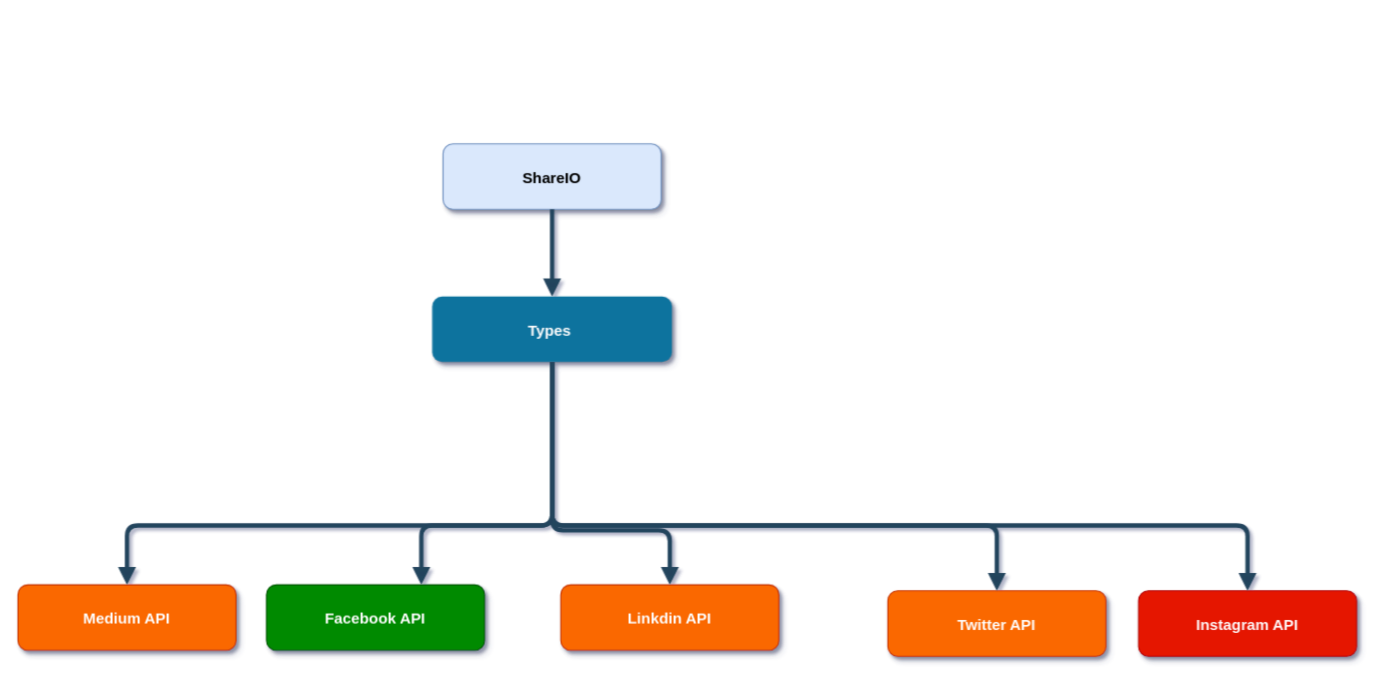
Earlier version of the draw.io diagram ShareIO.drawio (S-8506/codenaive). Source tidied: cells renumbered, new cells numbered last; positions are measured from the earlier drawing's top-left corner, leaving out a move shared by most shapes. Both pictures are drawn from the tidied source at 109%, with x=0, y=0 at pixel (17, 144).
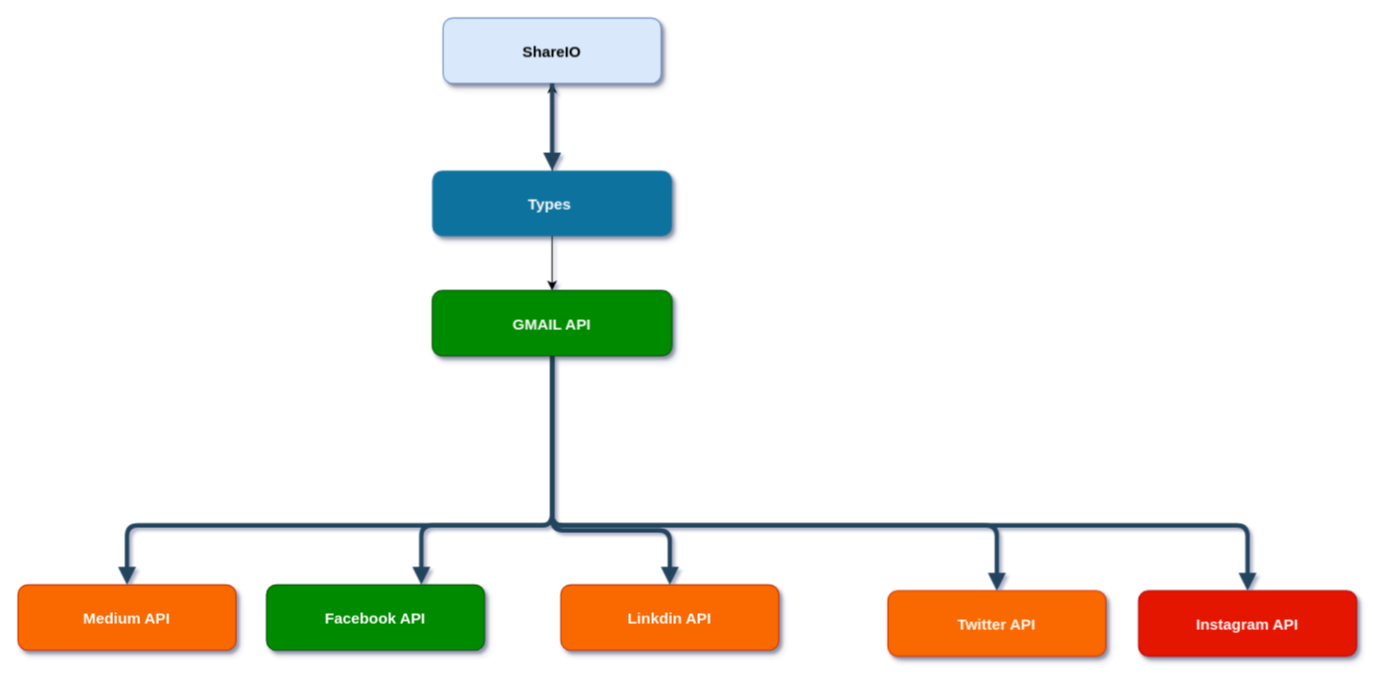
The same diagram, later.

Unchanged cells that the change refers to:
```xml
<mxCell id="4" value="Medium API" style="rounded=1;fillColor=#fa6800;strokeColor=#C73500;shadow=1;fontStyle=1;fontSize=14;fontColor=#ffffff;" parent="1" vertex="1">
  <mxGeometry y="404" width="200" height="60" as="geometry" />
</mxCell>
<mxCell id="5" value="Facebook API" style="rounded=1;fillColor=#008a00;strokeColor=#005700;shadow=1;fontStyle=1;fontSize=14;fontColor=#ffffff;" parent="1" vertex="1">
  <mxGeometry x="228" y="404" width="200" height="60" as="geometry" />
</mxCell>
<mxCell id="6" value="Linkdin API" style="rounded=1;fillColor=#fa6800;strokeColor=#C73500;shadow=1;fontStyle=1;fontSize=14;fontColor=#ffffff;" parent="1" vertex="1">
  <mxGeometry x="498" y="404" width="200" height="60" as="geometry" />
</mxCell>
<mxCell id="7" value="Twitter API" style="rounded=1;fillColor=#fa6800;strokeColor=#C73500;shadow=1;fontStyle=1;fontSize=14;fontColor=#ffffff;" parent="1" vertex="1">
  <mxGeometry x="798" y="409.5" width="200" height="60" as="geometry" />
</mxCell>
<mxCell id="13" value="Instagram API" style="rounded=1;fillColor=#e51400;strokeColor=#B20000;shadow=1;fontStyle=1;fontSize=14;fontColor=#ffffff;" parent="1" vertex="1">
  <mxGeometry x="1028" y="409.5" width="200" height="60" as="geometry" />
</mxCell>
```

Diff of the diagram source:
```diff
@@
     <mxCell id="2" value="ShareIO" style="rounded=1;fillColor=#dae8fc;shadow=1;fontStyle=1;fontSize=14;strokeColor=#6c8ebf;" parent="1" vertex="1">
-      <mxGeometry x="390" y="-0.5" width="200" height="60" as="geometry" />
+      <mxGeometry x="390" y="-116" width="200" height="60" as="geometry" />
     </mxCell>
+    <mxCell id="15" style="edgeStyle=orthogonalEdgeStyle;rounded=0;jettySize=auto;html=1;" parent="1" edge="1" target="2">
+      <mxGeometry relative="1" as="geometry">
+        <mxPoint x="490" y="44" as="sourcePoint" />
+      </mxGeometry>
+    </mxCell>
     <mxCell id="3" value="Types " style="rounded=1;fillColor=#10739E;strokeColor=none;shadow=1;gradientColor=none;fontStyle=1;fontColor=#FFFFFF;fontSize=14;" parent="1" vertex="1">
-      <mxGeometry x="380" y="139.5" width="220" height="60" as="geometry" />
+      <mxGeometry x="380" y="24" width="220" height="60" as="geometry" />
     </mxCell>
@@
-    <mxCell id="8" style="edgeStyle=elbowEdgeStyle;elbow=vertical;strokeWidth=4;endArrow=block;endFill=1;fontStyle=1;strokeColor=#23445D;" parent="1" edge="1" source="2" target="3">
+    <mxCell id="8" style="edgeStyle=elbowEdgeStyle;elbow=vertical;strokeWidth=4;endArrow=block;endFill=1;fontStyle=1;strokeColor=#23445D;entryX=0.5;entryY=0;entryDx=0;entryDy=0;" parent="1" edge="1" source="2" target="3">
       <mxGeometry x="22" y="165.5" as="geometry" />
     </mxCell>
-    <mxCell id="9" style="edgeStyle=elbowEdgeStyle;elbow=vertical;strokeWidth=4;endArrow=block;endFill=1;fontStyle=1;strokeColor=#23445D;" parent="1" edge="1" source="3" target="4">
+    <mxCell id="9" style="edgeStyle=elbowEdgeStyle;elbow=vertical;strokeWidth=4;endArrow=block;endFill=1;fontStyle=1;strokeColor=#23445D;exitX=0.5;exitY=1;exitDx=0;exitDy=0;" parent="1" edge="1" source="16" target="4">
       <mxGeometry x="22" y="165.5" as="geometry">
         <Array as="points">
           <mxPoint x="270" y="349.5" />
         </Array>
       </mxGeometry>
     </mxCell>
-    <mxCell id="10" style="edgeStyle=elbowEdgeStyle;elbow=vertical;strokeWidth=4;endArrow=block;endFill=1;fontStyle=1;strokeColor=#23445D;" parent="1" edge="1" source="3" target="7">
+    <mxCell id="10" style="edgeStyle=elbowEdgeStyle;elbow=vertical;strokeWidth=4;endArrow=block;endFill=1;fontStyle=1;strokeColor=#23445D;exitX=0.5;exitY=1;exitDx=0;exitDy=0;" parent="1" edge="1" source="16" target="7">
       <mxGeometry x="22" y="165.5" as="geometry">
         <Array as="points">
           <mxPoint x="690" y="349.5" />
         </Array>
       </mxGeometry>
     </mxCell>
-    <mxCell id="11" style="edgeStyle=elbowEdgeStyle;elbow=vertical;strokeWidth=4;endArrow=block;endFill=1;fontStyle=1;strokeColor=#23445D;" parent="1" edge="1" source="3" target="5">
+    <mxCell id="11" style="edgeStyle=elbowEdgeStyle;elbow=vertical;strokeWidth=4;endArrow=block;endFill=1;fontStyle=1;strokeColor=#23445D;exitX=0.5;exitY=1;exitDx=0;exitDy=0;" parent="1" edge="1" source="16" target="5">
       <mxGeometry x="22" y="165.5" as="geometry">
         <Array as="points">
           <mxPoint x="370" y="349.5" />
         </Array>
       </mxGeometry>
     </mxCell>
-    <mxCell id="12" style="edgeStyle=elbowEdgeStyle;elbow=vertical;strokeWidth=4;endArrow=block;endFill=1;fontStyle=1;strokeColor=#23445D;entryX=0.5;entryY=0;entryDx=0;entryDy=0;" parent="1" edge="1" target="6">
+    <mxCell id="12" style="edgeStyle=elbowEdgeStyle;elbow=vertical;strokeWidth=4;endArrow=block;endFill=1;fontStyle=1;strokeColor=#23445D;entryX=0.5;entryY=0;entryDx=0;entryDy=0;exitX=0.5;exitY=1;exitDx=0;exitDy=0;" parent="1" edge="1" source="16" target="6">
       <mxGeometry x="22" y="165.5" as="geometry">
-        <mxPoint x="490" y="204" as="sourcePoint" />
         <Array as="points">
           <mxPoint x="548" y="354" />
           <mxPoint x="558" y="374" />
           <mxPoint x="660" y="349.5" />
         </Array>
       </mxGeometry>
     </mxCell>
@@
-    <mxCell id="14" style="edgeStyle=elbowEdgeStyle;elbow=vertical;strokeWidth=4;endArrow=block;endFill=1;fontStyle=1;strokeColor=#23445D;exitX=0.5;exitY=1;exitDx=0;exitDy=0;" parent="1" edge="1" source="3" target="13">
+    <mxCell id="14" style="edgeStyle=elbowEdgeStyle;elbow=vertical;strokeWidth=4;endArrow=block;endFill=1;fontStyle=1;strokeColor=#23445D;exitX=0.5;exitY=1;exitDx=0;exitDy=0;" parent="1" edge="1" source="16" target="13">
       <mxGeometry x="250" y="165.5" as="geometry">
         <Array as="points">
           <mxPoint x="918" y="349.5" />
         </Array>
       </mxGeometry>
     </mxCell>
+    <mxCell id="16" value="GMAIL API" style="rounded=1;fillColor=#008a00;strokeColor=#005700;shadow=1;fontStyle=1;fontColor=#ffffff;fontSize=14;" parent="1" vertex="1">
+      <mxGeometry x="380" y="134" width="220" height="60" as="geometry" />
+    </mxCell>
+    <mxCell id="17" style="endArrow=classic;html=1;entryX=0.5;entryY=0;entryDx=0;entryDy=0;exitX=0.5;exitY=1;exitDx=0;exitDy=0;" parent="1" edge="1" source="3" target="16">
+      <mxGeometry relative="1" as="geometry" />
+    </mxCell>
```
